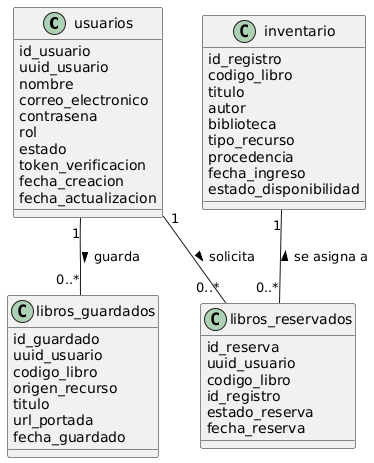
UPT-FAING-EPIS/proyecto-si889-2026-i-u2-nexuslib-lbibliotecaupt keeps this PlantUML diagram as media/diccionario/diagrama_logico.png. Above is the earlier version.
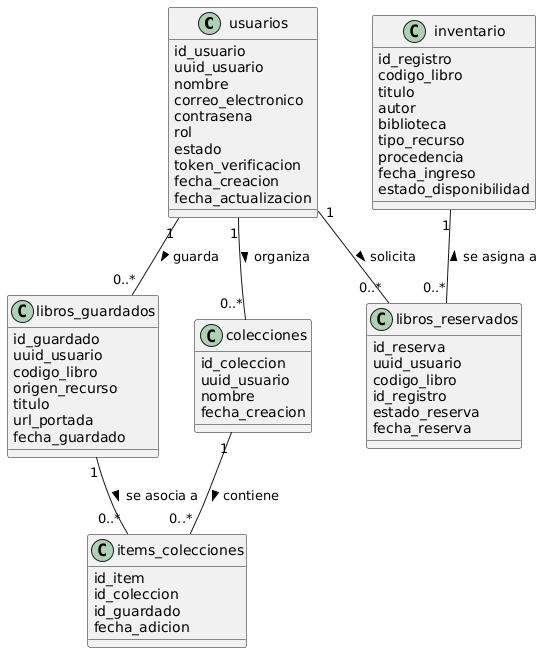
The same file after the commit.

What changed in the source:
```diff
@@ -46,7 +46,25 @@
     fecha_reserva
 }
 
+class colecciones {
+    id_coleccion
+    uuid_usuario
+    nombre
+    fecha_creacion
+}
+
+class items_colecciones {
+    id_item
+    id_coleccion
+    id_guardado
+    fecha_adicion
+}
+
 usuarios "1" -- "0..*" libros_guardados : guarda >
 usuarios "1" -- "0..*" libros_reservados : solicita >
 inventario "1" -- "0..*" libros_reservados : se asigna a <
+
+usuarios "1" -- "0..*" colecciones : organiza >
+colecciones "1" -- "0..*" items_colecciones : contiene >
+libros_guardados "1" -- "0..*" items_colecciones : se asocia a >
 @enduml
```
